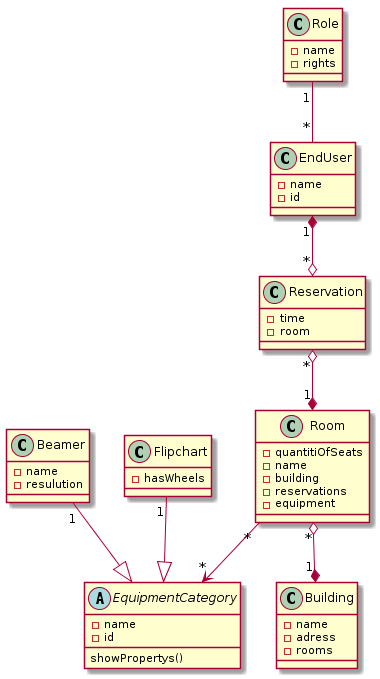
Earlier version of the PlantUML export doc/uml/ClassDiagram.png (BFH-SoED-due1/white). Its diagram source:
```plantuml
@startuml
Abstract Class EquipmentCategory{
	-name
	-id
	showPropertys()
}
Class Beamer{
	-name
	-resulution
}

Class Flipchart{
	-hasWheels
}

class EndUser{
	-name
	-id
}

Class Role{
	-name
	-rights
}
Class Reservation{
	-time
	-room
}
Class Room{
	-quantitiOfSeats
	-name
	-building
	-reservations
	-equipment
}
Class Building{
	-name
	-adress
	-rooms
}

Role "1" --" *" EndUser
EndUser"1" *--o "*" Reservation
Reservation "*" o--* "1" Room
Room "*" o--* "1" Building
Room "*" --> "*" EquipmentCategory
Beamer "1" --|> EquipmentCategory
Flipchart "1" --|> EquipmentCategory









@enduml
```
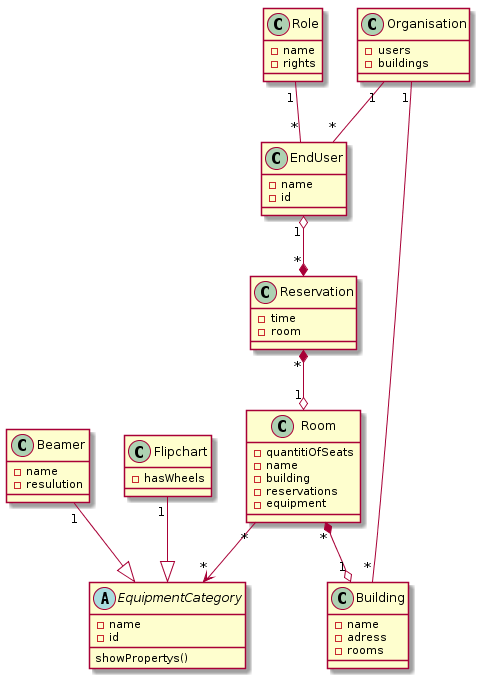
The same file after the commit.

Commit message:
corrected ClassDiagram

Change to the diagram source:
```diff
@@ -1,4 +1,9 @@
 @startuml
+Class Organisation{
+	-users
+	-buildings
+}
+
 Abstract Class EquipmentCategory{
 	-name
 	-id
@@ -40,12 +45,14 @@
 }
 
 Role "1" --" *" EndUser
-EndUser"1" *--o "*" Reservation
-Reservation "*" o--* "1" Room
-Room "*" o--* "1" Building
+EndUser"1" o--* "*" Reservation
+Reservation "*" *--o "1" Room
+Room "*" *--o "1" Building
 Room "*" --> "*" EquipmentCategory
 Beamer "1" --|> EquipmentCategory
 Flipchart "1" --|> EquipmentCategory
+Organisation  "1" -- "*" EndUser
+Organisation  "1" -- "*" Building
 
 
 
```
